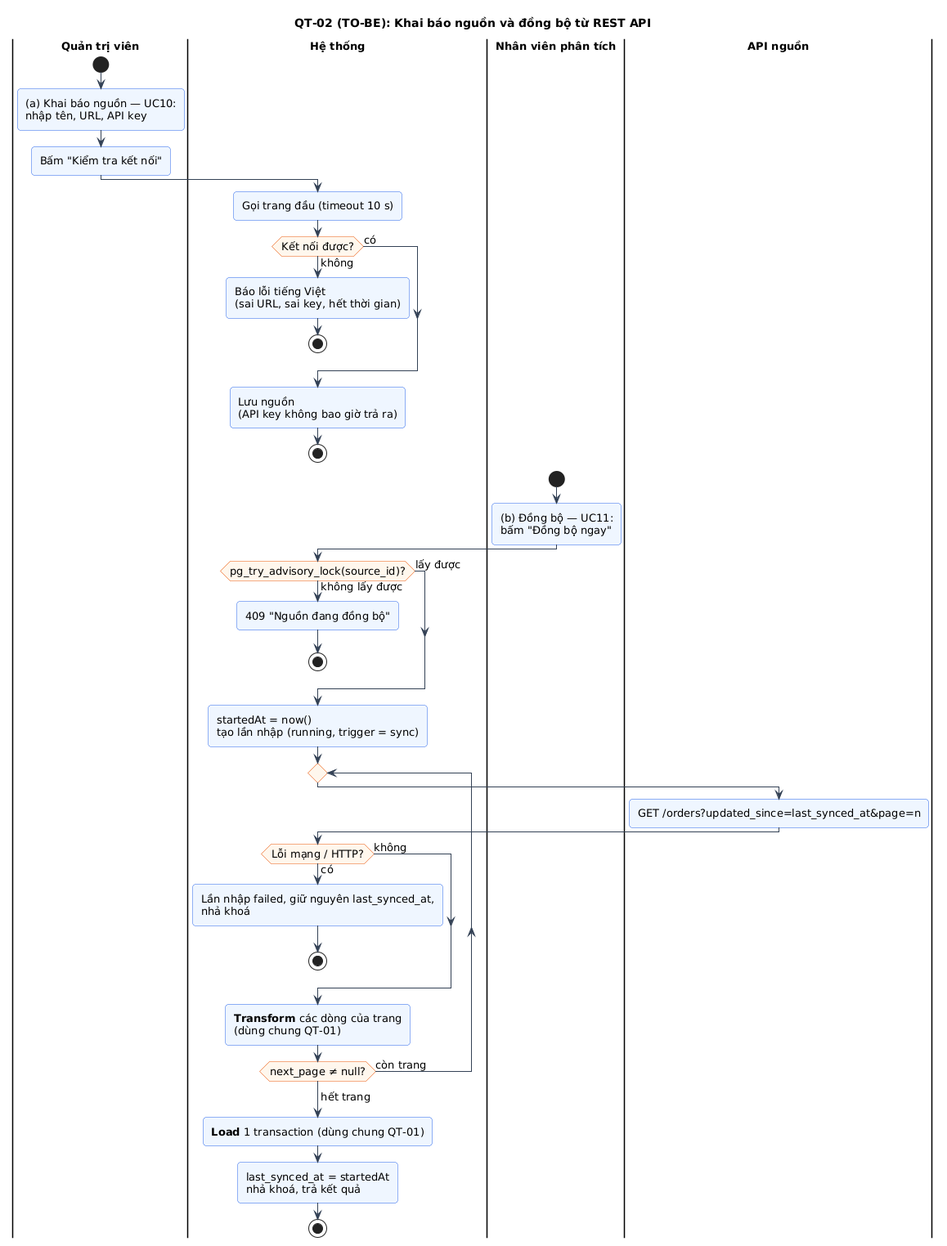
Before: docs/phan-tich/so-do/out/04-qt-dong-bo.png, a diagram exported from PlantUML (hoang13516-dev/TTCN_CCROBO). The source it was exported from:
```plantuml
@startuml 04-qt-dong-bo
!include _style.iuml
title QT-02 (TO-BE): Khai báo nguồn và đồng bộ từ REST API

|Quản trị viên|
start
:(a) Khai báo nguồn — UC10:
nhập tên, URL, API key;
:Bấm "Kiểm tra kết nối";
|Hệ thống|
:Gọi trang đầu (timeout 10 s);
if (Kết nối được?) then (không)
  :Báo lỗi tiếng Việt
  (sai URL, sai key, hết thời gian);
  stop
else (có)
endif
:Lưu nguồn
(API key không bao giờ trả ra);
stop
|Nhân viên phân tích|
start
:(b) Đồng bộ — UC11:
bấm "Đồng bộ ngay";
|Hệ thống|
if (pg_try_advisory_lock(source_id)?) then (không lấy được)
  :409 "Nguồn đang đồng bộ";
  stop
else (lấy được)
endif
:startedAt = now()
tạo lần nhập (running, trigger = sync);
repeat
  |API nguồn|
  :GET /orders?updated_since=last_synced_at&page=n;
  |Hệ thống|
  if (Lỗi mạng / HTTP?) then (có)
    :Lần nhập failed, giữ nguyên last_synced_at,
    nhả khoá;
    stop
  else (không)
  endif
  :**Transform** các dòng của trang
  (dùng chung QT-01);
repeat while (next_page ≠ null?) is (còn trang)
->hết trang;
:**Load** 1 transaction (dùng chung QT-01);
:last_synced_at = startedAt
nhả khoá, trả kết quả;
stop
@enduml
```
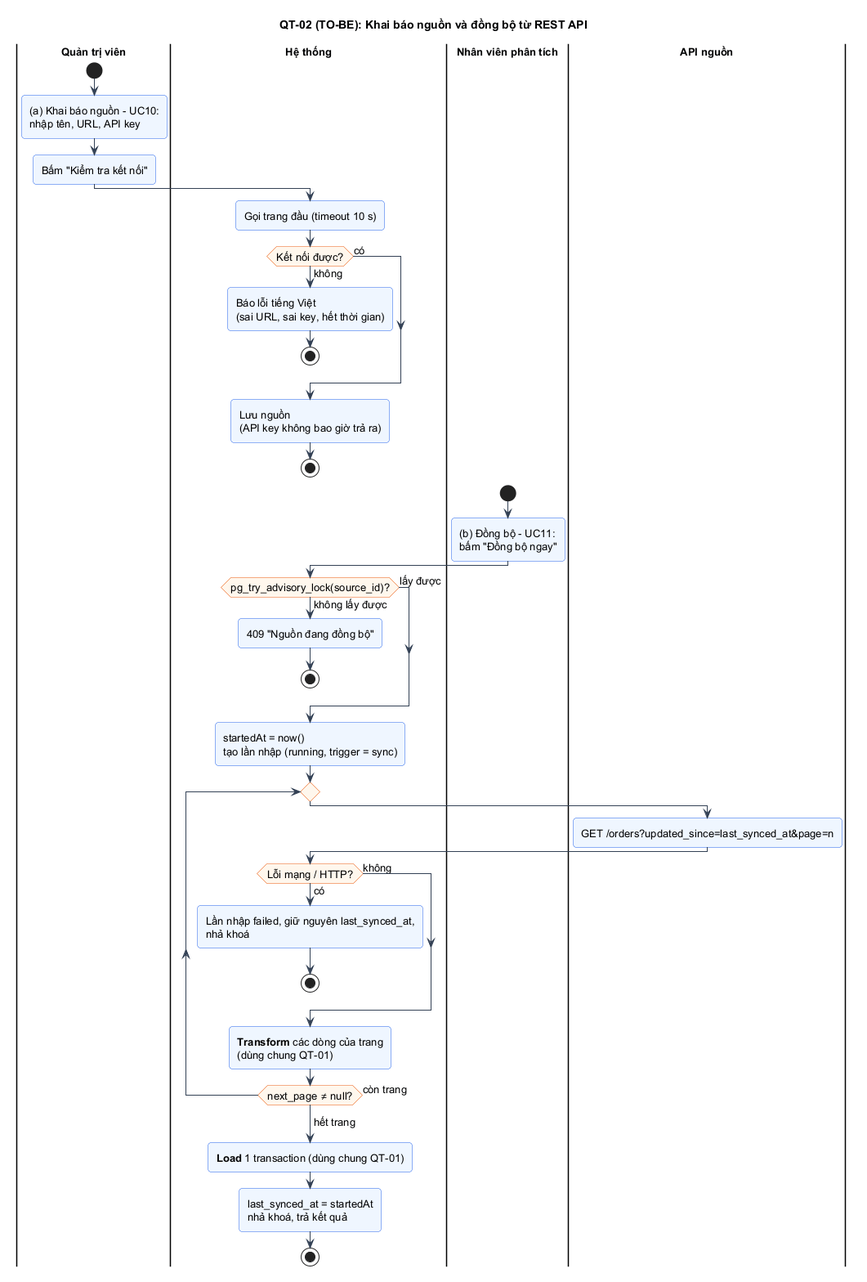
Later version of the same file.

Change to the diagram source:
```diff
@@ -4,7 +4,7 @@
 
 |Quản trị viên|
 start
-:(a) Khai báo nguồn — UC10:
+:(a) Khai báo nguồn - UC10:
 nhập tên, URL, API key;
 :Bấm "Kiểm tra kết nối";
 |Hệ thống|
@@ -20,7 +20,7 @@
 stop
 |Nhân viên phân tích|
 start
-:(b) Đồng bộ — UC11:
+:(b) Đồng bộ - UC11:
 bấm "Đồng bộ ngay";
 |Hệ thống|
 if (pg_try_advisory_lock(source_id)?) then (không lấy được)
```
